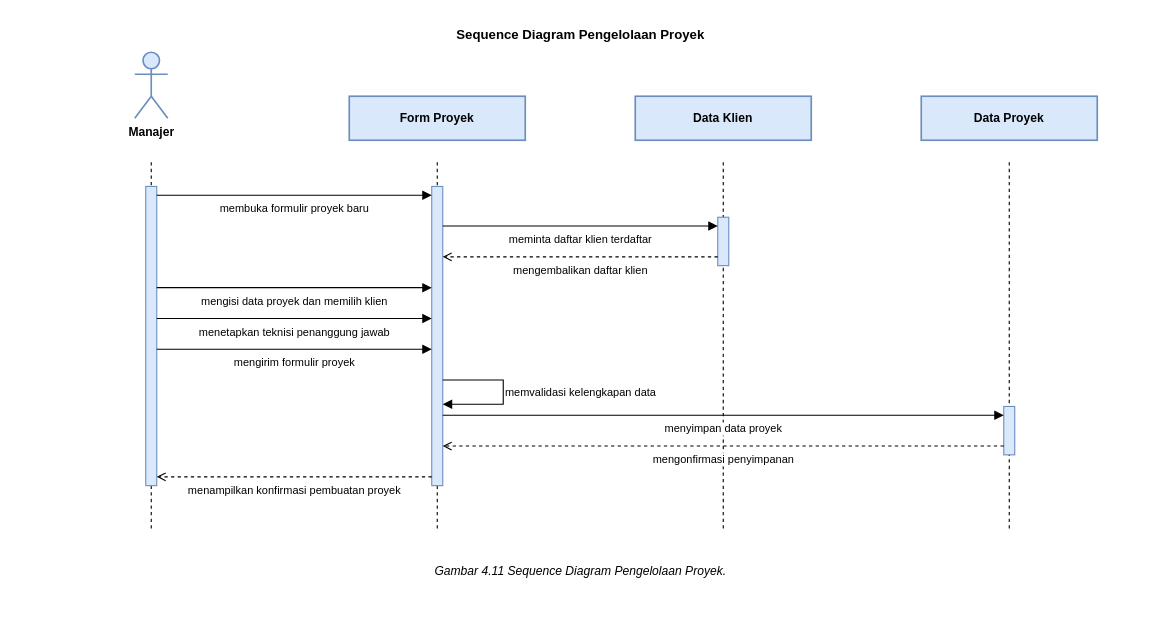
Before: diagram/ai/Sequence/SD_PENGELOLAAN_PROYEK.drawio in evelleura/shi-dashboard, a draw.io diagram. Source tidied: cells renumbered, new cells numbered last; positions are measured from the earlier drawing's top-left corner, leaving out a move shared by most shapes. Both pictures are drawn from the tidied source at 110%, with x=0, y=0 at pixel (19, 19).
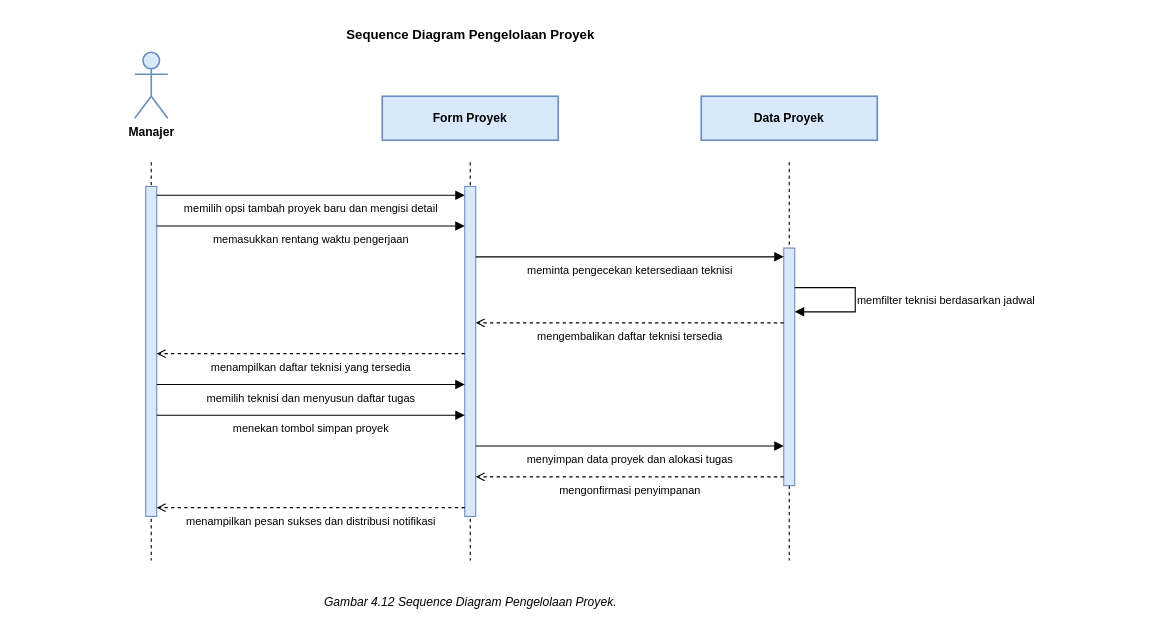
The same page after the edit.

Commit message (it also covers changes not shown here):
feat(diagram): align 5 sequence diagrams with activity 4.5-4.9

What changed in the source:
```diff
@@
     <mxCell id="2" value="Sequence Diagram Pengelolaan Proyek" style="text;html=1;align=center;fontSize=12;fontStyle=1;fontColor=#000000;" parent="1" vertex="1">
-      <mxGeometry width="1020" height="20" as="geometry" />
+      <mxGeometry width="820" height="20" as="geometry" />
     </mxCell>
@@
     <mxCell id="4" style="endArrow=none;html=1;rounded=0;dashed=1;strokeColor=#000000;strokeWidth=1;" parent="1" edge="1">
       <mxGeometry relative="1" as="geometry">
         <mxPoint x="120" y="130" as="sourcePoint" />
-        <mxPoint x="120" y="464" as="targetPoint" />
+        <mxPoint x="120" y="492" as="targetPoint" />
       </mxGeometry>
     </mxCell>
     <mxCell id="5" value="Form Proyek" style="rounded=0;whiteSpace=wrap;html=1;fillColor=#DAE8FC;strokeColor=#6C8EBF;strokeWidth=1.5;fontSize=11;fontColor=#000000;fontStyle=1;" parent="1" vertex="1">
-      <mxGeometry x="300" y="70" width="160" height="40" as="geometry" />
+      <mxGeometry x="330" y="70" width="160" height="40" as="geometry" />
     </mxCell>
     <mxCell id="6" style="endArrow=none;html=1;rounded=0;dashed=1;strokeColor=#000000;strokeWidth=1;" parent="1" edge="1">
       <mxGeometry relative="1" as="geometry">
-        <mxPoint x="380" y="130" as="sourcePoint" />
-        <mxPoint x="380" y="464" as="targetPoint" />
+        <mxPoint x="410" y="130" as="sourcePoint" />
+        <mxPoint x="410" y="492" as="targetPoint" />
       </mxGeometry>
     </mxCell>
-    <mxCell id="7" value="Data Klien" style="rounded=0;whiteSpace=wrap;html=1;fillColor=#DAE8FC;strokeColor=#6C8EBF;strokeWidth=1.5;fontSize=11;fontColor=#000000;fontStyle=1;" parent="1" vertex="1">
-      <mxGeometry x="560" y="70" width="160" height="40" as="geometry" />
-    </mxCell>
-    <mxCell id="8" style="endArrow=none;html=1;rounded=0;dashed=1;strokeColor=#000000;strokeWidth=1;" parent="1" edge="1">
-      <mxGeometry relative="1" as="geometry">
-        <mxPoint x="640" y="130" as="sourcePoint" />
-        <mxPoint x="640" y="464" as="targetPoint" />
-      </mxGeometry>
-    </mxCell>
     <mxCell id="9" value="Data Proyek" style="rounded=0;whiteSpace=wrap;html=1;fillColor=#DAE8FC;strokeColor=#6C8EBF;strokeWidth=1.5;fontSize=11;fontColor=#000000;fontStyle=1;" parent="1" vertex="1">
-      <mxGeometry x="820" y="70" width="160" height="40" as="geometry" />
+      <mxGeometry x="620" y="70" width="160" height="40" as="geometry" />
     </mxCell>
     <mxCell id="10" style="endArrow=none;html=1;rounded=0;dashed=1;strokeColor=#000000;strokeWidth=1;" parent="1" edge="1">
       <mxGeometry relative="1" as="geometry">
-        <mxPoint x="900" y="130" as="sourcePoint" />
-        <mxPoint x="900" y="464" as="targetPoint" />
+        <mxPoint x="700" y="130" as="sourcePoint" />
+        <mxPoint x="700" y="492" as="targetPoint" />
       </mxGeometry>
     </mxCell>
     <mxCell id="11" style="rounded=0;whiteSpace=wrap;html=1;fillColor=#DAE8FC;strokeColor=#6C8EBF;strokeWidth=1;" parent="1" vertex="1">
-      <mxGeometry x="115" y="152" width="10" height="272" as="geometry" />
+      <mxGeometry x="115" y="152" width="10" height="300" as="geometry" />
     </mxCell>
     <mxCell id="12" style="rounded=0;whiteSpace=wrap;html=1;fillColor=#DAE8FC;strokeColor=#6C8EBF;strokeWidth=1;" parent="1" vertex="1">
-      <mxGeometry x="375" y="152" width="10" height="272" as="geometry" />
+      <mxGeometry x="405" y="152" width="10" height="300" as="geometry" />
     </mxCell>
-    <mxCell id="13" style="rounded=0;whiteSpace=wrap;html=1;fillColor=#DAE8FC;strokeColor=#6C8EBF;strokeWidth=1;" parent="1" vertex="1">
-      <mxGeometry x="635" y="180" width="10" height="44" as="geometry" />
-    </mxCell>
     <mxCell id="14" style="rounded=0;whiteSpace=wrap;html=1;fillColor=#DAE8FC;strokeColor=#6C8EBF;strokeWidth=1;" parent="1" vertex="1">
-      <mxGeometry x="895" y="352" width="10" height="44" as="geometry" />
+      <mxGeometry x="695" y="208" width="10" height="216" as="geometry" />
     </mxCell>
-    <mxCell id="15" value="membuka formulir proyek baru" style="endArrow=block;endFill=1;html=1;rounded=0;strokeColor=#000000;strokeWidth=1;fontSize=10;fontColor=#000000;align=center;verticalAlign=top;" parent="1" edge="1">
+    <mxCell id="15" value="memilih opsi tambah proyek baru dan mengisi detail" style="endArrow=block;endFill=1;html=1;rounded=0;strokeColor=#000000;strokeWidth=1;fontSize=10;fontColor=#000000;align=center;verticalAlign=top;" parent="1" edge="1">
       <mxGeometry relative="1" as="geometry">
         <mxPoint x="125" y="160" as="sourcePoint" />
-        <mxPoint x="375" y="160" as="targetPoint" />
+        <mxPoint x="405" y="160" as="targetPoint" />
       </mxGeometry>
     </mxCell>
-    <mxCell id="16" value="meminta daftar klien terdaftar" style="endArrow=block;endFill=1;html=1;rounded=0;strokeColor=#000000;strokeWidth=1;fontSize=10;fontColor=#000000;align=center;verticalAlign=top;" parent="1" edge="1">
+    <mxCell id="16" value="memasukkan rentang waktu pengerjaan" style="endArrow=block;endFill=1;html=1;rounded=0;strokeColor=#000000;strokeWidth=1;fontSize=10;fontColor=#000000;align=center;verticalAlign=top;" parent="1" edge="1">
       <mxGeometry relative="1" as="geometry">
-        <mxPoint x="385" y="188" as="sourcePoint" />
-        <mxPoint x="635" y="188" as="targetPoint" />
+        <mxPoint x="125" y="188" as="sourcePoint" />
+        <mxPoint x="405" y="188" as="targetPoint" />
       </mxGeometry>
     </mxCell>
-    <mxCell id="17" value="mengembalikan daftar klien" style="endArrow=open;endFill=0;html=1;rounded=0;dashed=1;strokeColor=#000000;strokeWidth=1;fontSize=10;fontColor=#000000;align=center;verticalAlign=top;" parent="1" edge="1">
+    <mxCell id="17" value="meminta pengecekan ketersediaan teknisi" style="endArrow=block;endFill=1;html=1;rounded=0;strokeColor=#000000;strokeWidth=1;fontSize=10;fontColor=#000000;align=center;verticalAlign=top;" parent="1" edge="1">
       <mxGeometry relative="1" as="geometry">
-        <mxPoint x="635" y="216" as="sourcePoint" />
-        <mxPoint x="385" y="216" as="targetPoint" />
+        <mxPoint x="415" y="216" as="sourcePoint" />
+        <mxPoint x="695" y="216" as="targetPoint" />
       </mxGeometry>
     </mxCell>
-    <mxCell id="18" value="mengisi data proyek dan memilih klien" style="endArrow=block;endFill=1;html=1;rounded=0;strokeColor=#000000;strokeWidth=1;fontSize=10;fontColor=#000000;align=center;verticalAlign=top;" parent="1" edge="1">
+    <mxCell id="18" value="memfilter teknisi berdasarkan jadwal" style="endArrow=block;endFill=1;html=1;rounded=0;strokeColor=#000000;strokeWidth=1;fontSize=10;fontColor=#000000;align=left;verticalAlign=middle;" parent="1" edge="1">
       <mxGeometry relative="1" as="geometry">
-        <mxPoint x="125" y="244" as="sourcePoint" />
-        <mxPoint x="375" y="244" as="targetPoint" />
+        <mxPoint x="705" y="244" as="sourcePoint" />
+        <mxPoint x="705" y="266" as="targetPoint" />
+        <Array as="points">
+          <mxPoint x="760" y="244" />
+          <mxPoint x="760" y="266" />
+        </Array>
       </mxGeometry>
     </mxCell>
-    <mxCell id="19" value="menetapkan teknisi penanggung jawab" style="endArrow=block;endFill=1;html=1;rounded=0;strokeColor=#000000;strokeWidth=1;fontSize=10;fontColor=#000000;align=center;verticalAlign=top;" parent="1" edge="1">
+    <mxCell id="19" value="mengembalikan daftar teknisi tersedia" style="endArrow=open;endFill=0;html=1;rounded=0;dashed=1;strokeColor=#000000;strokeWidth=1;fontSize=10;fontColor=#000000;align=center;verticalAlign=top;" parent="1" edge="1">
       <mxGeometry relative="1" as="geometry">
-        <mxPoint x="125" y="272" as="sourcePoint" />
-        <mxPoint x="375" y="272" as="targetPoint" />
+        <mxPoint x="695" y="276" as="sourcePoint" />
+        <mxPoint x="415" y="276" as="targetPoint" />
       </mxGeometry>
     </mxCell>
-    <mxCell id="20" value="mengirim formulir proyek" style="endArrow=block;endFill=1;html=1;rounded=0;strokeColor=#000000;strokeWidth=1;fontSize=10;fontColor=#000000;align=center;verticalAlign=top;" parent="1" edge="1">
+    <mxCell id="20" value="menampilkan daftar teknisi yang tersedia" style="endArrow=open;endFill=0;html=1;rounded=0;dashed=1;strokeColor=#000000;strokeWidth=1;fontSize=10;fontColor=#000000;align=center;verticalAlign=top;" parent="1" edge="1">
       <mxGeometry relative="1" as="geometry">
-        <mxPoint x="125" y="300" as="sourcePoint" />
-        <mxPoint x="375" y="300" as="targetPoint" />
+        <mxPoint x="405" y="304" as="sourcePoint" />
+        <mxPoint x="125" y="304" as="targetPoint" />
       </mxGeometry>
     </mxCell>
-    <mxCell id="21" value="memvalidasi kelengkapan data" style="endArrow=block;endFill=1;html=1;rounded=0;strokeColor=#000000;strokeWidth=1;fontSize=10;fontColor=#000000;align=left;verticalAlign=middle;" parent="1" edge="1">
+    <mxCell id="21" value="memilih teknisi dan menyusun daftar tugas" style="endArrow=block;endFill=1;html=1;rounded=0;strokeColor=#000000;strokeWidth=1;fontSize=10;fontColor=#000000;align=center;verticalAlign=top;" parent="1" edge="1">
       <mxGeometry relative="1" as="geometry">
-        <mxPoint x="385" y="328" as="sourcePoint" />
-        <mxPoint x="385" y="350" as="targetPoint" />
-        <Array as="points">
-          <mxPoint x="440" y="328" />
-          <mxPoint x="440" y="350" />
-        </Array>
+        <mxPoint x="125" y="332" as="sourcePoint" />
+        <mxPoint x="405" y="332" as="targetPoint" />
       </mxGeometry>
     </mxCell>
-    <mxCell id="22" value="menyimpan data proyek" style="endArrow=block;endFill=1;html=1;rounded=0;strokeColor=#000000;strokeWidth=1;fontSize=10;fontColor=#000000;align=center;verticalAlign=top;" parent="1" edge="1">
+    <mxCell id="22" value="menekan tombol simpan proyek" style="endArrow=block;endFill=1;html=1;rounded=0;strokeColor=#000000;strokeWidth=1;fontSize=10;fontColor=#000000;align=center;verticalAlign=top;" parent="1" edge="1">
       <mxGeometry relative="1" as="geometry">
-        <mxPoint x="385" y="360" as="sourcePoint" />
-        <mxPoint x="895" y="360" as="targetPoint" />
+        <mxPoint x="125" y="360" as="sourcePoint" />
+        <mxPoint x="405" y="360" as="targetPoint" />
       </mxGeometry>
     </mxCell>
-    <mxCell id="23" value="mengonfirmasi penyimpanan" style="endArrow=open;endFill=0;html=1;rounded=0;dashed=1;strokeColor=#000000;strokeWidth=1;fontSize=10;fontColor=#000000;align=center;verticalAlign=top;" parent="1" edge="1">
+    <mxCell id="23" value="menyimpan data proyek dan alokasi tugas" style="endArrow=block;endFill=1;html=1;rounded=0;strokeColor=#000000;strokeWidth=1;fontSize=10;fontColor=#000000;align=center;verticalAlign=top;" parent="1" edge="1">
       <mxGeometry relative="1" as="geometry">
-        <mxPoint x="895" y="388" as="sourcePoint" />
-        <mxPoint x="385" y="388" as="targetPoint" />
+        <mxPoint x="415" y="388" as="sourcePoint" />
+        <mxPoint x="695" y="388" as="targetPoint" />
       </mxGeometry>
     </mxCell>
-    <mxCell id="24" value="menampilkan konfirmasi pembuatan proyek" style="endArrow=open;endFill=0;html=1;rounded=0;dashed=1;strokeColor=#000000;strokeWidth=1;fontSize=10;fontColor=#000000;align=center;verticalAlign=top;" parent="1" edge="1">
+    <mxCell id="24" value="mengonfirmasi penyimpanan" style="endArrow=open;endFill=0;html=1;rounded=0;dashed=1;strokeColor=#000000;strokeWidth=1;fontSize=10;fontColor=#000000;align=center;verticalAlign=top;" parent="1" edge="1">
       <mxGeometry relative="1" as="geometry">
-        <mxPoint x="375" y="416" as="sourcePoint" />
-        <mxPoint x="125" y="416" as="targetPoint" />
+        <mxPoint x="695" y="416" as="sourcePoint" />
+        <mxPoint x="415" y="416" as="targetPoint" />
       </mxGeometry>
     </mxCell>
+    <mxCell id="26" value="menampilkan pesan sukses dan distribusi notifikasi" style="endArrow=open;endFill=0;html=1;rounded=0;dashed=1;strokeColor=#000000;strokeWidth=1;fontSize=10;fontColor=#000000;align=center;verticalAlign=top;" parent="1" edge="1">
+      <mxGeometry relative="1" as="geometry">
+        <mxPoint x="405" y="444" as="sourcePoint" />
+        <mxPoint x="125" y="444" as="targetPoint" />
+      </mxGeometry>
+    </mxCell>
-    <mxCell id="25" value="Gambar 4.11 Sequence Diagram Pengelolaan Proyek." style="text;html=1;align=center;fontSize=11;fontStyle=2;fontColor=#000000;" parent="1" vertex="1">
-      <mxGeometry y="489" width="1020" height="20" as="geometry" />
+    <mxCell id="25" value="Gambar 4.12 Sequence Diagram Pengelolaan Proyek." style="text;html=1;align=center;fontSize=11;fontStyle=2;fontColor=#000000;" parent="1" vertex="1">
+      <mxGeometry y="517" width="820" height="20" as="geometry" />
     </mxCell>
```
